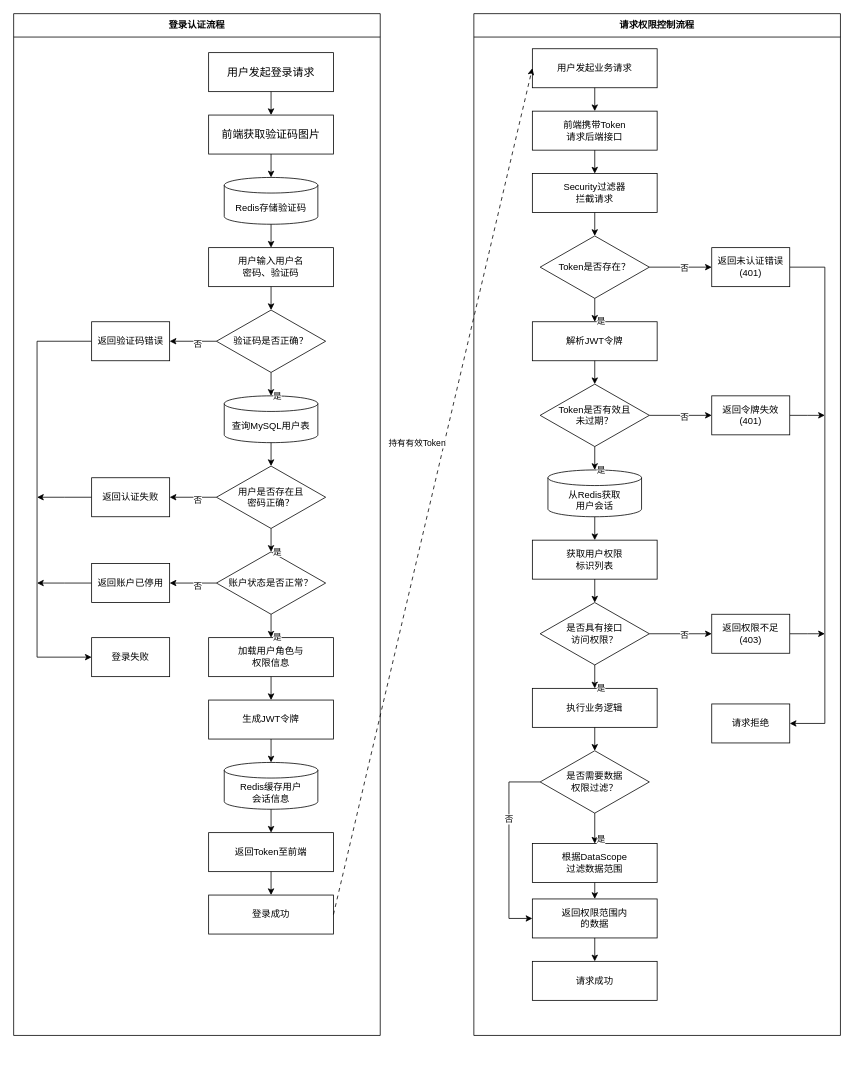
Above: 登录-请求流程图.drawio in First-Lucky-Dog/vscode (draw.io), before the change. Source tidied: cells renumbered, new cells numbered last; positions are measured from the earlier drawing's top-left corner, leaving out a move shared by most shapes. Both pictures are drawn from the tidied source at 78%, with x=0, y=0 at pixel (13, 13).
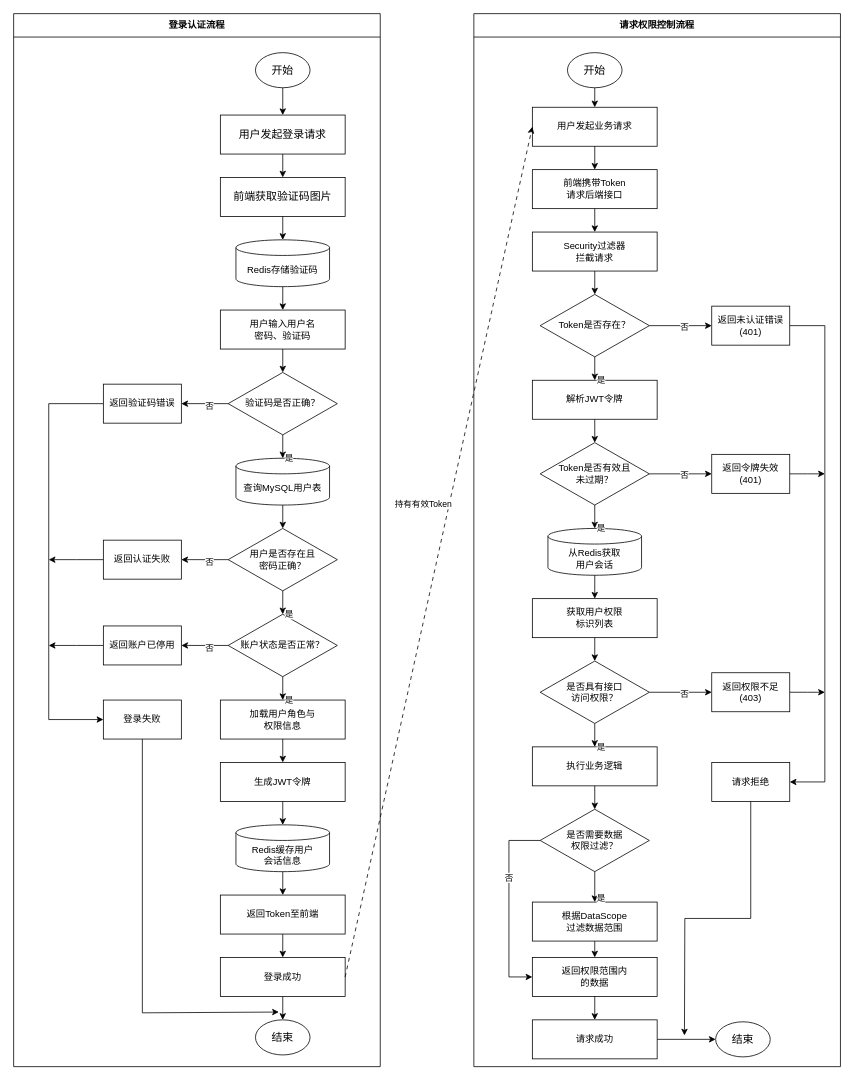
The same diagram, later.

Commit message:
更新登录-请求流程图.drawio

Change to the diagram source:
```diff
@@
     <mxCell id="2" value="登录认证流程" style="swimlane;startSize=30;whiteSpace=wrap;html=1;" parent="1" vertex="1">
-      <mxGeometry width="470" height="1310" as="geometry" />
+      <mxGeometry width="470" height="1350" as="geometry" />
     </mxCell>
     <mxCell id="3" value="&lt;font style=&quot;font-size: 14px;&quot;&gt;用户发起登录请求&lt;/font&gt;" style="whiteSpace=wrap;html=1;" parent="2" vertex="1">
-      <mxGeometry x="250" y="50" width="160" height="50" as="geometry" />
+      <mxGeometry x="265" y="130" width="160" height="50" as="geometry" />
     </mxCell>
     <mxCell id="4" value="&lt;font style=&quot;font-size: 14px;&quot;&gt;前端获取验证码图片&lt;/font&gt;" style="whiteSpace=wrap;html=1;" parent="2" vertex="1">
-      <mxGeometry x="250" y="130" width="160" height="50" as="geometry" />
+      <mxGeometry x="265" y="210" width="160" height="50" as="geometry" />
     </mxCell>
     <mxCell id="5" value="Redis存储验证码" style="shape=cylinder3;whiteSpace=wrap;html=1;boundedLbl=1;backgroundOutline=1;size=10;" parent="2" vertex="1">
-      <mxGeometry x="270" y="210" width="120" height="60" as="geometry" />
+      <mxGeometry x="285" y="290" width="120" height="60" as="geometry" />
     </mxCell>
     <mxCell id="6" value="用户输入用户名&#10;密码、验证码" style="whiteSpace=wrap;html=1;" parent="2" vertex="1">
-      <mxGeometry x="250" y="300" width="160" height="50" as="geometry" />
+      <mxGeometry x="265" y="380" width="160" height="50" as="geometry" />
     </mxCell>
     <mxCell id="7" value="验证码是否正确？" style="rhombus;whiteSpace=wrap;html=1;" parent="2" vertex="1">
-      <mxGeometry x="260" y="380" width="140" height="80" as="geometry" />
+      <mxGeometry x="275" y="460" width="140" height="80" as="geometry" />
     </mxCell>
     <mxCell id="8" style="edgeStyle=orthogonalEdgeStyle;rounded=0;jettySize=auto;html=1;exitX=0;exitY=0.5;exitDx=0;exitDy=0;entryX=0;entryY=0.5;entryDx=0;entryDy=0;" parent="2" edge="1" source="9" target="17">
       <mxGeometry relative="1" as="geometry">
         <Array as="points">
-          <mxPoint x="30" y="420" />
-          <mxPoint x="30" y="825" />
+          <mxPoint x="45" y="500" />
+          <mxPoint x="45" y="905" />
         </Array>
       </mxGeometry>
     </mxCell>
     <mxCell id="9" value="返回验证码错误" style="whiteSpace=wrap;html=1;" parent="2" vertex="1">
-      <mxGeometry x="100" y="395" width="100" height="50" as="geometry" />
+      <mxGeometry x="115" y="475" width="100" height="50" as="geometry" />
     </mxCell>
     <mxCell id="10" value="查询MySQL用户表" style="shape=cylinder3;whiteSpace=wrap;html=1;boundedLbl=1;backgroundOutline=1;size=10;" parent="2" vertex="1">
-      <mxGeometry x="270" y="490" width="120" height="60" as="geometry" />
+      <mxGeometry x="285" y="570" width="120" height="60" as="geometry" />
     </mxCell>
     <mxCell id="11" value="用户是否存在且&#10;密码正确？" style="rhombus;whiteSpace=wrap;html=1;" parent="2" vertex="1">
-      <mxGeometry x="260" y="580" width="140" height="80" as="geometry" />
+      <mxGeometry x="275" y="660" width="140" height="80" as="geometry" />
     </mxCell>
     <mxCell id="12" style="edgeStyle=orthogonalEdgeStyle;rounded=0;jettySize=auto;html=1;exitX=0;exitY=0.5;exitDx=0;exitDy=0;" parent="2" edge="1" source="13">
       <mxGeometry relative="1" as="geometry">
-        <mxPoint x="30" y="620" as="targetPoint" />
+        <mxPoint x="45" y="700" as="targetPoint" />
       </mxGeometry>
     </mxCell>
     <mxCell id="13" value="返回认证失败" style="whiteSpace=wrap;html=1;" parent="2" vertex="1">
-      <mxGeometry x="100" y="595" width="100" height="50" as="geometry" />
+      <mxGeometry x="115" y="675" width="100" height="50" as="geometry" />
     </mxCell>
     <mxCell id="14" value="账户状态是否正常？" style="rhombus;whiteSpace=wrap;html=1;" parent="2" vertex="1">
-      <mxGeometry x="260" y="690" width="140" height="80" as="geometry" />
+      <mxGeometry x="275" y="770" width="140" height="80" as="geometry" />
     </mxCell>
     <mxCell id="15" style="edgeStyle=orthogonalEdgeStyle;rounded=0;jettySize=auto;html=1;exitX=0;exitY=0.5;exitDx=0;exitDy=0;" parent="2" edge="1" source="16">
       <mxGeometry relative="1" as="geometry">
-        <mxPoint x="30" y="730" as="targetPoint" />
+        <mxPoint x="45" y="810" as="targetPoint" />
       </mxGeometry>
     </mxCell>
     <mxCell id="16" value="返回账户已停用" style="whiteSpace=wrap;html=1;" parent="2" vertex="1">
-      <mxGeometry x="100" y="705" width="100" height="50" as="geometry" />
+      <mxGeometry x="115" y="785" width="100" height="50" as="geometry" />
     </mxCell>
+    <mxCell id="93" style="edgeStyle=orthogonalEdgeStyle;rounded=0;jettySize=auto;html=1;exitX=0.5;exitY=1;exitDx=0;exitDy=0;" parent="2" edge="1" source="17">
+      <mxGeometry relative="1" as="geometry">
+        <mxPoint x="340" y="1280" as="targetPoint" />
+        <Array as="points">
+          <mxPoint x="165" y="1281" />
+        </Array>
+      </mxGeometry>
+    </mxCell>
     <mxCell id="17" value="登录失败" style="whiteSpace=wrap;html=1;" parent="2" vertex="1">
-      <mxGeometry x="100" y="800" width="100" height="50" as="geometry" />
+      <mxGeometry x="115" y="880" width="100" height="50" as="geometry" />
     </mxCell>
     <mxCell id="18" value="加载用户角色与&#10;权限信息" style="whiteSpace=wrap;html=1;" parent="2" vertex="1">
-      <mxGeometry x="250" y="800" width="160" height="50" as="geometry" />
+      <mxGeometry x="265" y="880" width="160" height="50" as="geometry" />
     </mxCell>
     <mxCell id="19" value="生成JWT令牌" style="whiteSpace=wrap;html=1;" parent="2" vertex="1">
-      <mxGeometry x="250" y="880" width="160" height="50" as="geometry" />
+      <mxGeometry x="265" y="960" width="160" height="50" as="geometry" />
     </mxCell>
     <mxCell id="20" value="Redis缓存用户&#10;会话信息" style="shape=cylinder3;whiteSpace=wrap;html=1;boundedLbl=1;backgroundOutline=1;size=10;" parent="2" vertex="1">
-      <mxGeometry x="270" y="960" width="120" height="60" as="geometry" />
+      <mxGeometry x="285" y="1040" width="120" height="60" as="geometry" />
     </mxCell>
     <mxCell id="21" value="返回Token至前端" style="whiteSpace=wrap;html=1;" parent="2" vertex="1">
-      <mxGeometry x="250" y="1050" width="160" height="50" as="geometry" />
+      <mxGeometry x="265" y="1130" width="160" height="50" as="geometry" />
     </mxCell>
+    <mxCell id="94" style="edgeStyle=orthogonalEdgeStyle;rounded=0;jettySize=auto;html=1;exitX=0.5;exitY=1;exitDx=0;exitDy=0;entryX=0.5;entryY=0;entryDx=0;entryDy=0;" parent="2" edge="1" source="22" target="97">
+      <mxGeometry relative="1" as="geometry" />
+    </mxCell>
     <mxCell id="22" value="登录成功" style="whiteSpace=wrap;html=1;" parent="2" vertex="1">
-      <mxGeometry x="250" y="1130" width="160" height="50" as="geometry" />
+      <mxGeometry x="265" y="1210" width="160" height="50" as="geometry" />
     </mxCell>
@@
+    <mxCell id="95" style="edgeStyle=orthogonalEdgeStyle;rounded=0;jettySize=auto;html=1;exitX=0.5;exitY=1;exitDx=0;exitDy=0;entryX=0.5;entryY=0;entryDx=0;entryDy=0;" parent="2" edge="1" source="96" target="3">
+      <mxGeometry relative="1" as="geometry" />
+    </mxCell>
+    <mxCell id="96" value="&lt;font style=&quot;font-size: 14px;&quot;&gt;开始&lt;/font&gt;" style="ellipse;whiteSpace=wrap;html=1;" parent="2" vertex="1">
+      <mxGeometry x="310" y="50" width="70" height="45" as="geometry" />
+    </mxCell>
+    <mxCell id="97" value="&lt;span style=&quot;font-size: 14px;&quot;&gt;结束&lt;/span&gt;" style="ellipse;whiteSpace=wrap;html=1;" parent="2" vertex="1">
+      <mxGeometry x="310" y="1290" width="70" height="45" as="geometry" />
+    </mxCell>
     <mxCell id="44" value="请求权限控制流程" style="swimlane;startSize=30;whiteSpace=wrap;html=1;" parent="1" vertex="1">
-      <mxGeometry x="590" width="470" height="1310" as="geometry" />
+      <mxGeometry x="590" width="470" height="1350" as="geometry" />
     </mxCell>
     <mxCell id="45" value="用户发起业务请求" style="whiteSpace=wrap;html=1;" parent="44" vertex="1">
-      <mxGeometry x="75" y="45" width="160" height="50" as="geometry" />
+      <mxGeometry x="75" y="120" width="160" height="50" as="geometry" />
     </mxCell>
     <mxCell id="46" value="前端携带Token&#10;请求后端接口" style="whiteSpace=wrap;html=1;" parent="44" vertex="1">
-      <mxGeometry x="75" y="125" width="160" height="50" as="geometry" />
+      <mxGeometry x="75" y="200" width="160" height="50" as="geometry" />
     </mxCell>
     <mxCell id="47" value="Security过滤器&#10;拦截请求" style="whiteSpace=wrap;html=1;" parent="44" vertex="1">
-      <mxGeometry x="75" y="205" width="160" height="50" as="geometry" />
+      <mxGeometry x="75" y="280" width="160" height="50" as="geometry" />
     </mxCell>
     <mxCell id="48" value="Token是否存在？" style="rhombus;whiteSpace=wrap;html=1;" parent="44" vertex="1">
-      <mxGeometry x="85" y="285" width="140" height="80" as="geometry" />
+      <mxGeometry x="85" y="360" width="140" height="80" as="geometry" />
     </mxCell>
     <mxCell id="49" style="edgeStyle=orthogonalEdgeStyle;rounded=0;jettySize=auto;html=1;exitX=1;exitY=0.5;exitDx=0;exitDy=0;entryX=1;entryY=0.5;entryDx=0;entryDy=0;" parent="44" edge="1" source="50" target="60">
       <mxGeometry relative="1" as="geometry">
         <Array as="points">
-          <mxPoint x="450" y="325" />
-          <mxPoint x="450" y="910" />
+          <mxPoint x="450" y="400" />
+          <mxPoint x="450" y="985" />
         </Array>
       </mxGeometry>
     </mxCell>
     <mxCell id="50" value="返回未认证错误&#10;(401)" style="whiteSpace=wrap;html=1;" parent="44" vertex="1">
-      <mxGeometry x="305" y="300" width="100" height="50" as="geometry" />
+      <mxGeometry x="305" y="375" width="100" height="50" as="geometry" />
     </mxCell>
     <mxCell id="51" value="解析JWT令牌" style="whiteSpace=wrap;html=1;" parent="44" vertex="1">
-      <mxGeometry x="75" y="395" width="160" height="50" as="geometry" />
+      <mxGeometry x="75" y="470" width="160" height="50" as="geometry" />
     </mxCell>
     <mxCell id="52" value="Token是否有效且&#10;未过期？" style="rhombus;whiteSpace=wrap;html=1;" parent="44" vertex="1">
-      <mxGeometry x="85" y="475" width="140" height="80" as="geometry" />
+      <mxGeometry x="85" y="550" width="140" height="80" as="geometry" />
     </mxCell>
     <mxCell id="53" style="edgeStyle=orthogonalEdgeStyle;rounded=0;jettySize=auto;html=1;exitX=1;exitY=0.5;exitDx=0;exitDy=0;" parent="44" edge="1" source="54">
       <mxGeometry relative="1" as="geometry">
-        <mxPoint x="450" y="515" as="targetPoint" />
+        <mxPoint x="450" y="590" as="targetPoint" />
       </mxGeometry>
     </mxCell>
     <mxCell id="54" value="返回令牌失效&#10;(401)" style="whiteSpace=wrap;html=1;" parent="44" vertex="1">
-      <mxGeometry x="305" y="490" width="100" height="50" as="geometry" />
+      <mxGeometry x="305" y="565" width="100" height="50" as="geometry" />
     </mxCell>
     <mxCell id="55" value="从Redis获取&#10;用户会话" style="shape=cylinder3;whiteSpace=wrap;html=1;boundedLbl=1;backgroundOutline=1;size=10;" parent="44" vertex="1">
-      <mxGeometry x="95" y="585" width="120" height="60" as="geometry" />
+      <mxGeometry x="95" y="660" width="120" height="60" as="geometry" />
     </mxCell>
     <mxCell id="56" value="获取用户权限&#10;标识列表" style="whiteSpace=wrap;html=1;" parent="44" vertex="1">
-      <mxGeometry x="75" y="675" width="160" height="50" as="geometry" />
+      <mxGeometry x="75" y="750" width="160" height="50" as="geometry" />
     </mxCell>
     <mxCell id="57" value="是否具有接口&#10;访问权限？" style="rhombus;whiteSpace=wrap;html=1;" parent="44" vertex="1">
-      <mxGeometry x="85" y="755" width="140" height="80" as="geometry" />
+      <mxGeometry x="85" y="830" width="140" height="80" as="geometry" />
     </mxCell>
     <mxCell id="58" style="edgeStyle=orthogonalEdgeStyle;rounded=0;jettySize=auto;html=1;exitX=1;exitY=0.5;exitDx=0;exitDy=0;" parent="44" edge="1" source="59">
       <mxGeometry relative="1" as="geometry">
-        <mxPoint x="450" y="795" as="targetPoint" />
+        <mxPoint x="450" y="870" as="targetPoint" />
       </mxGeometry>
     </mxCell>
     <mxCell id="59" value="返回权限不足&#10;(403)" style="whiteSpace=wrap;html=1;" parent="44" vertex="1">
-      <mxGeometry x="305" y="770" width="100" height="50" as="geometry" />
+      <mxGeometry x="305" y="845" width="100" height="50" as="geometry" />
     </mxCell>
+    <mxCell id="98" style="edgeStyle=orthogonalEdgeStyle;rounded=0;jettySize=auto;html=1;exitX=0.5;exitY=1;exitDx=0;exitDy=0;" parent="44" edge="1" source="60">
+      <mxGeometry relative="1" as="geometry">
+        <mxPoint x="270" y="1310" as="targetPoint" />
+      </mxGeometry>
+    </mxCell>
     <mxCell id="60" value="请求拒绝" style="whiteSpace=wrap;html=1;" parent="44" vertex="1">
-      <mxGeometry x="305" y="885" width="100" height="50" as="geometry" />
+      <mxGeometry x="305" y="960" width="100" height="50" as="geometry" />
     </mxCell>
     <mxCell id="61" value="执行业务逻辑" style="whiteSpace=wrap;html=1;" parent="44" vertex="1">
-      <mxGeometry x="75" y="865" width="160" height="50" as="geometry" />
+      <mxGeometry x="75" y="940" width="160" height="50" as="geometry" />
     </mxCell>
     <mxCell id="62" style="edgeStyle=orthogonalEdgeStyle;rounded=0;jettySize=auto;html=1;exitX=0;exitY=0.5;exitDx=0;exitDy=0;entryX=0;entryY=0.5;entryDx=0;entryDy=0;" parent="44" edge="1" source="64" target="66">
       <mxGeometry relative="1" as="geometry">
         <Array as="points">
-          <mxPoint x="45" y="985" />
-          <mxPoint x="45" y="1160" />
+          <mxPoint x="45" y="1060" />
+          <mxPoint x="45" y="1235" />
         </Array>
       </mxGeometry>
     </mxCell>
@@
     <mxCell id="64" value="是否需要数据&#10;权限过滤？" style="rhombus;whiteSpace=wrap;html=1;" parent="44" vertex="1">
-      <mxGeometry x="85" y="945" width="140" height="80" as="geometry" />
+      <mxGeometry x="85" y="1020" width="140" height="80" as="geometry" />
     </mxCell>
     <mxCell id="65" value="根据DataScope&#10;过滤数据范围" style="whiteSpace=wrap;html=1;" parent="44" vertex="1">
-      <mxGeometry x="75" y="1064" width="160" height="50" as="geometry" />
+      <mxGeometry x="75" y="1139" width="160" height="50" as="geometry" />
     </mxCell>
     <mxCell id="66" value="返回权限范围内&#10;的数据" style="whiteSpace=wrap;html=1;" parent="44" vertex="1">
-      <mxGeometry x="75" y="1135" width="160" height="50" as="geometry" />
+      <mxGeometry x="75" y="1210" width="160" height="50" as="geometry" />
     </mxCell>
+    <mxCell id="99" style="edgeStyle=orthogonalEdgeStyle;rounded=0;jettySize=auto;html=1;exitX=1;exitY=0.5;exitDx=0;exitDy=0;entryX=0;entryY=0.5;entryDx=0;entryDy=0;" parent="44" edge="1" source="67" target="102">
+      <mxGeometry relative="1" as="geometry" />
+    </mxCell>
     <mxCell id="67" value="请求成功" style="whiteSpace=wrap;html=1;" parent="44" vertex="1">
-      <mxGeometry x="75" y="1215" width="160" height="50" as="geometry" />
+      <mxGeometry x="75" y="1290" width="160" height="50" as="geometry" />
     </mxCell>
@@
+    <mxCell id="100" style="edgeStyle=orthogonalEdgeStyle;rounded=0;jettySize=auto;html=1;exitX=0.5;exitY=1;exitDx=0;exitDy=0;entryX=0.5;entryY=0;entryDx=0;entryDy=0;" parent="44" edge="1" source="101" target="45">
+      <mxGeometry relative="1" as="geometry" />
+    </mxCell>
+    <mxCell id="101" value="&lt;font style=&quot;font-size: 14px;&quot;&gt;开始&lt;/font&gt;" style="ellipse;whiteSpace=wrap;html=1;" parent="44" vertex="1">
+      <mxGeometry x="120" y="50" width="70" height="45" as="geometry" />
+    </mxCell>
+    <mxCell id="102" value="&lt;span style=&quot;font-size: 14px;&quot;&gt;结束&lt;/span&gt;" style="ellipse;whiteSpace=wrap;html=1;" parent="44" vertex="1">
+      <mxGeometry x="310" y="1292.5" width="70" height="45" as="geometry" />
+    </mxCell>
```
